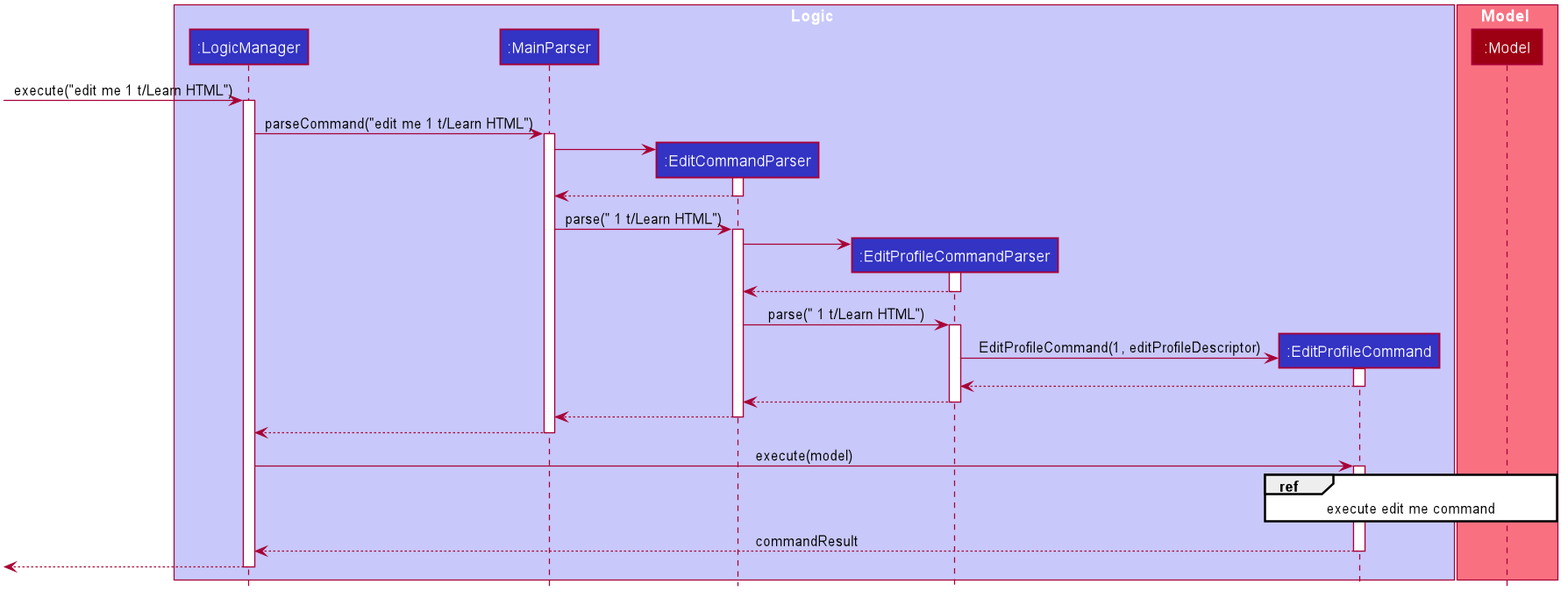
Before: docs/images/EditProfileCommandSequenceDiagramSimplified.png, a diagram exported from PlantUML (shawn-nyk/tp). Its diagram source:
```plantuml
@startuml








skinparam BackgroundColor #FFFFFFF

skinparam Shadowing false

skinparam Class {
    FontColor #FFFFFF
    BorderThickness 1
    BorderColor #FFFFFF
    StereotypeFontColor #FFFFFF
    FontName Arial
}

skinparam Actor {
    BorderColor #000000
    Color #000000
    FontName Arial
}

skinparam Sequence {
    MessageAlign center
    BoxFontSize 15
    BoxPadding 0
    BoxFontColor #FFFFFF
    FontName Arial
}

skinparam Participant {
    FontColor #FFFFFFF
    Padding 20
}

skinparam MinClassWidth 50
skinparam ParticipantPadding 10
skinparam Shadowing false
skinparam DefaultTextAlignment center
skinparam packageStyle Rectangle

hide footbox
hide circle

box Logic #C8C8FA
participant ":LogicManager" as LogicManager #3333C4
participant ":MainParser" as MainParser #3333C4
participant ":EditCommandParser" as EditCommandParser #3333C4
participant ":EditProfileCommandParser" as EditProfileCommandParser #3333C4
participant ":EditProfileCommand" as EditProfileCommand #3333C4
end box

box Model #F97181
participant ":Model" as Model #9D0012
end box

[-> LogicManager : execute("edit me 1 t/Learn HTML")
activate LogicManager

LogicManager -> MainParser : parseCommand("edit me 1 t/Learn HTML")
activate MainParser

create EditCommandParser
MainParser -> EditCommandParser
activate EditCommandParser

EditCommandParser --> MainParser
deactivate EditCommandParser

MainParser -> EditCommandParser : parse(" 1 t/Learn HTML")
activate EditCommandParser

create EditProfileCommandParser
EditCommandParser -> EditProfileCommandParser
activate EditProfileCommandParser

EditProfileCommandParser --> EditCommandParser
deactivate EditProfileCommandParser

EditCommandParser -> EditProfileCommandParser : parse(" 1 t/Learn HTML")
activate EditProfileCommandParser

create EditProfileCommand
EditProfileCommandParser -> EditProfileCommand : EditProfileCommand(1, editProfileDescriptor)
activate EditProfileCommand

EditProfileCommand --> EditProfileCommandParser
deactivate EditProfileCommand

EditProfileCommandParser --> EditCommandParser
deactivate EditProfileCommandParser

EditCommandParser --> MainParser
deactivate EditCommandParser

MainParser --> LogicManager
deactivate MainParser

LogicManager -> EditProfileCommand : execute(model)
activate EditProfileCommand

ref over EditProfileCommand, Model : execute edit me command

EditProfileCommand --> LogicManager : commandResult
deactivate EditProfileCommand

[<--LogicManager
deactivate LogicManager
@enduml
```
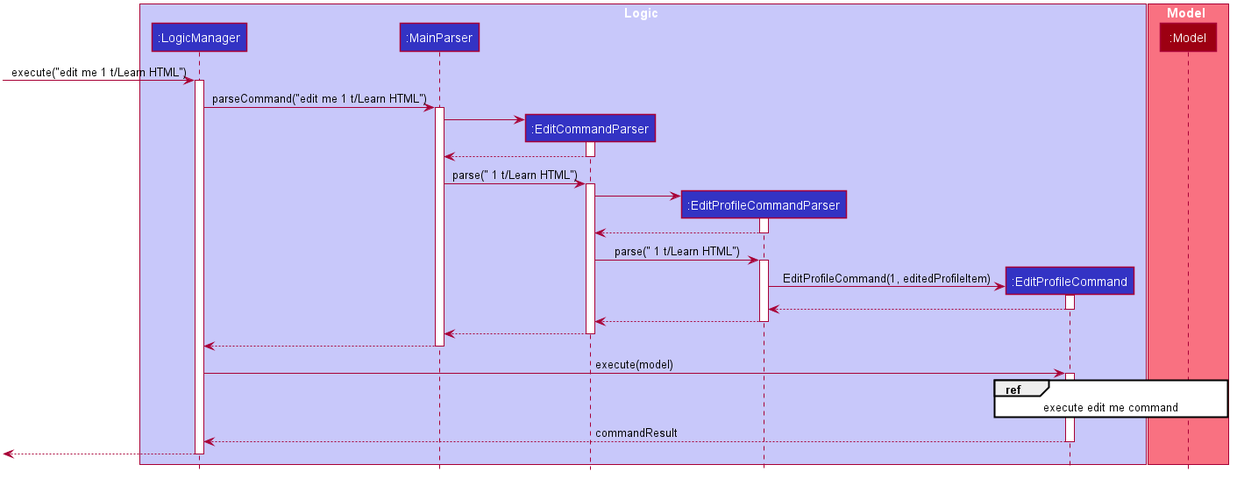
After the commit.

Commit message:
Refactor Use Cases

The edit, as a diff of the source:
```diff
@@ -10,6 +10,8 @@
 skinparam BackgroundColor #FFFFFFF
 
 skinparam Shadowing false
+
+skinparam classAttributeIconSize 0
 
 skinparam Class {
     FontColor #FFFFFF
@@ -86,7 +88,7 @@
 activate EditProfileCommandParser
 
 create EditProfileCommand
-EditProfileCommandParser -> EditProfileCommand : EditProfileCommand(1, editProfileDescriptor)
+EditProfileCommandParser -> EditProfileCommand : EditProfileCommand(1, editedProfileItem)
 activate EditProfileCommand
 
 EditProfileCommand --> EditProfileCommandParser
```
